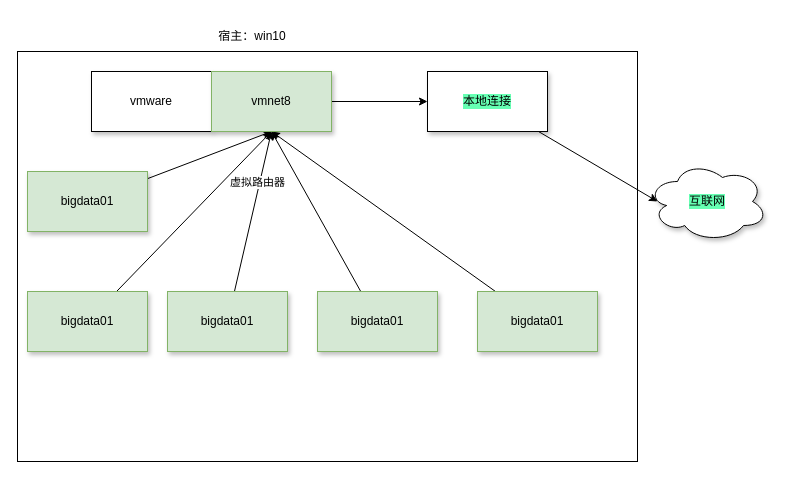
Before: vmware.drawio in ShortPupil/VPicture, a draw.io diagram. Source tidied: cells renumbered, new cells numbered last; positions are measured from the earlier drawing's top-left corner, leaving out a move shared by most shapes. Both pictures are drawn from the tidied source at 100%, with x=0, y=0 at pixel (17, 21).
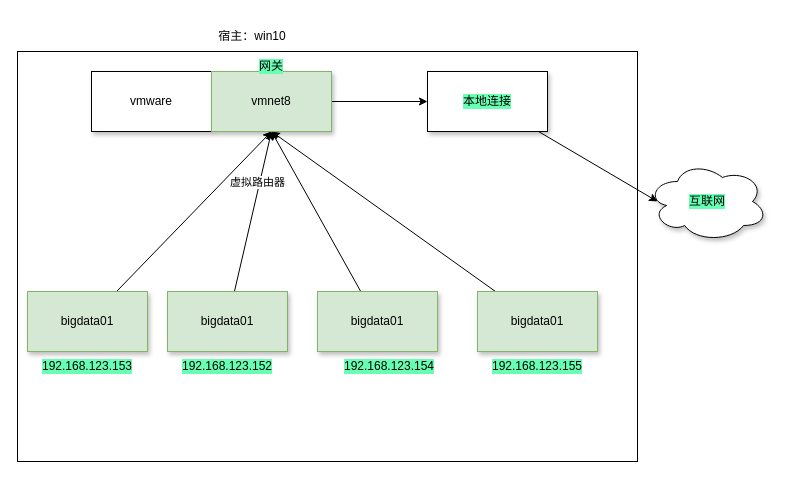
The same diagram, later.

Unchanged cells that the change refers to:
```xml
<mxCell id="17" value="vmnet8" style="rounded=0;whiteSpace=wrap;html=1;shadow=1;fillColor=#d5e8d4;strokeColor=#82b366;" parent="1" vertex="1">
  <mxGeometry x="194" y="50" width="120" height="60" as="geometry" />
</mxCell>
```

Change to the diagram source:
```diff
@@
-    <mxCell id="14" style="rounded=0;jettySize=auto;html=1;entryX=0.5;entryY=1;entryDx=0;entryDy=0;" parent="1" edge="1" source="15" target="17">
-      <mxGeometry relative="1" as="geometry" />
-    </mxCell>
-    <mxCell id="15" value="bigdata01" style="rounded=0;whiteSpace=wrap;html=1;shadow=1;fillColor=#d5e8d4;strokeColor=#82b366;" parent="1" vertex="1">
-      <mxGeometry x="10" y="150" width="120" height="60" as="geometry" />
-    </mxCell>
@@
+    <mxCell id="22" value="网关" style="text;html=1;strokeColor=none;fillColor=none;align=center;verticalAlign=middle;whiteSpace=wrap;rounded=0;shadow=1;labelBackgroundColor=#66FFB3;" parent="1" vertex="1">
+      <mxGeometry x="224" y="30" width="60" height="30" as="geometry" />
+    </mxCell>
+    <mxCell id="23" value="192.168.123.153&lt;br&gt;" style="text;html=1;strokeColor=none;fillColor=none;align=center;verticalAlign=middle;whiteSpace=wrap;rounded=0;shadow=1;labelBackgroundColor=#66FFB3;" parent="1" vertex="1">
+      <mxGeometry x="40" y="330" width="60" height="30" as="geometry" />
+    </mxCell>
+    <mxCell id="24" value="192.168.123.152" style="text;html=1;strokeColor=none;fillColor=none;align=center;verticalAlign=middle;whiteSpace=wrap;rounded=0;shadow=1;labelBackgroundColor=#66FFB3;" parent="1" vertex="1">
+      <mxGeometry x="180" y="330" width="60" height="30" as="geometry" />
+    </mxCell>
+    <mxCell id="25" value="192.168.123.154" style="text;html=1;strokeColor=none;fillColor=none;align=center;verticalAlign=middle;whiteSpace=wrap;rounded=0;shadow=1;labelBackgroundColor=#66FFB3;" parent="1" vertex="1">
+      <mxGeometry x="342" y="330" width="60" height="30" as="geometry" />
+    </mxCell>
+    <mxCell id="26" value="192.168.123.155" style="text;html=1;strokeColor=none;fillColor=none;align=center;verticalAlign=middle;whiteSpace=wrap;rounded=0;shadow=1;labelBackgroundColor=#66FFB3;" parent="1" vertex="1">
+      <mxGeometry x="490" y="330" width="60" height="30" as="geometry" />
+    </mxCell>
```
